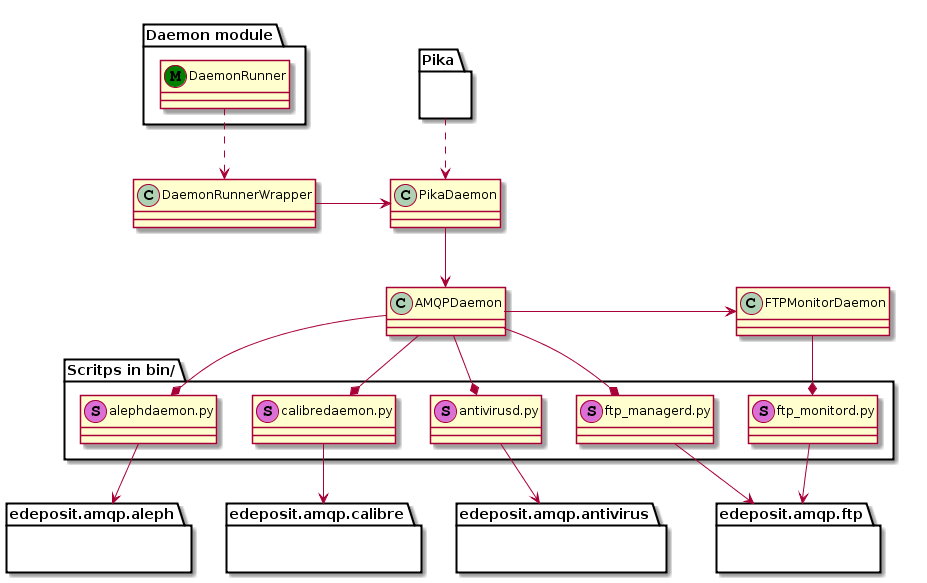
edeposit/edeposit.amqp keeps this PlantUML diagram as docs/_static/structure.png. Above is the earlier version.
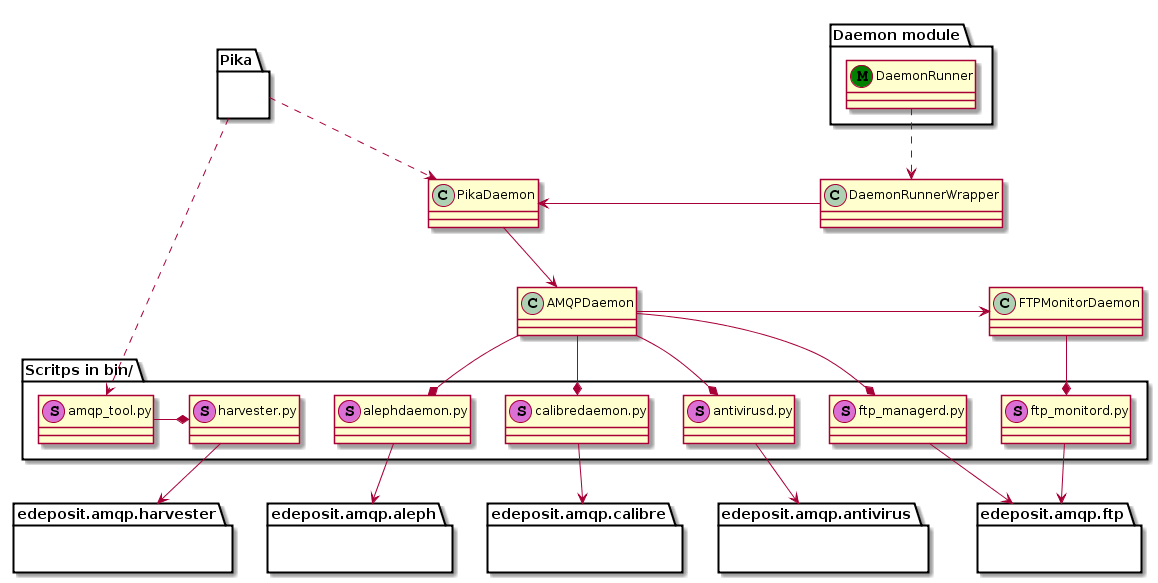
The same diagram one commit later.

Commit message:
#34: Added sphinx documentation for harvester script.

Change to the diagram source:
```diff
@@ -16,11 +16,14 @@
     class "ftp_managerd.py" as ftp_managerd <<(S, orchid)>>
     class "ftp_monitord.py" as ftp_monitord <<(S, orchid)>>
     class "antivirusd.py" as antivirusd <<(S, orchid)>>
+    class "amqp_tool.py" as amqp_tool <<(S, orchid)>>
+    class "harvester.py" as harvester_sh <<(S, orchid)>>
 }
 
 DaemonRunner ..> DaemonRunnerWrapper
-DaemonRunnerWrapper -> PikaDaemon
+DaemonRunnerWrapper -l-> PikaDaemon
 Pika ..> PikaDaemon
+Pika .r...> amqp_tool
 
 PikaDaemon --> AMQPDaemon
 AMQPDaemon --* alephdaemon
@@ -28,6 +31,7 @@
 AMQPDaemon --* ftp_managerd
 AMQPDaemon --* antivirusd
 FTPMonitorDaemon --* ftp_monitord
+amqp_tool -r-* harvester_sh
 
 package "edeposit.amqp.ftp" as ftp {
 }
@@ -37,10 +41,13 @@
 }
 package "edeposit.amqp.antivirus" as antivirus {
 }
+package "edeposit.amqp.harvester" as harvester {
+}
 
 ftp_managerd -> ftp
 ftp_monitord -> ftp
 alephdaemon -> aleph
 calibredaemon -> calibre
 antivirusd -> antivirus
+harvester_sh -> harvester
 @enduml
```
